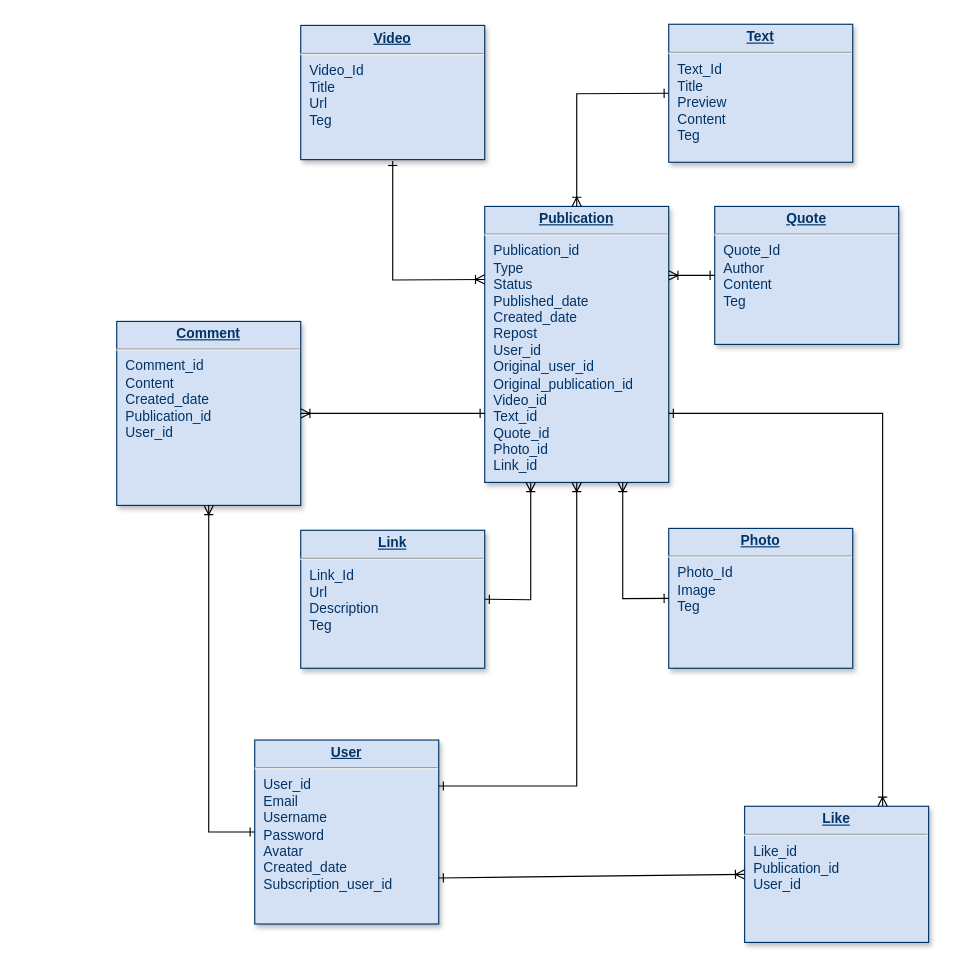
Above: Database.drawio in htmlacademy-nestjs/1770169-readme-2 (draw.io), before the change. Source tidied: cells renumbered, new cells numbered last; positions are measured from the earlier drawing's top-left corner, leaving out a move shared by most shapes. Both pictures are drawn from the tidied source at 115%, with x=0, y=0 at pixel (116, 24).
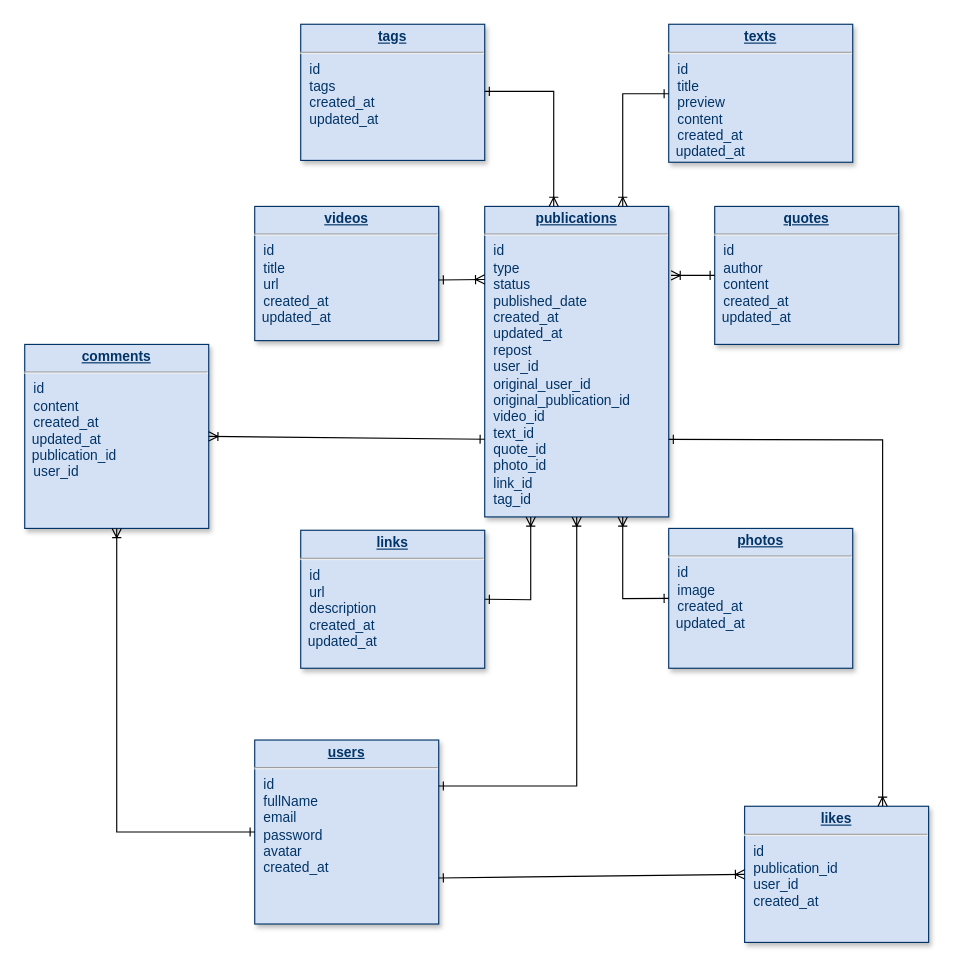
The same diagram, later.

Commit message (it also covers changes not shown here):
Added visual diagram

Change to the diagram source:
```diff
@@
-    <mxCell id="2" value="&lt;p style=&quot;margin: 0px; margin-top: 4px; text-align: center; text-decoration: underline;&quot;&gt;&lt;b&gt;Comment&lt;/b&gt;&lt;/p&gt;&lt;hr&gt;&lt;p style=&quot;margin: 0px; margin-left: 8px;&quot;&gt;Comment_id&lt;br&gt;&lt;/p&gt;&lt;p style=&quot;margin: 0px; margin-left: 8px;&quot;&gt;Content&lt;/p&gt;&lt;p style=&quot;margin: 0px; margin-left: 8px;&quot;&gt;Created_date&lt;/p&gt;&lt;p style=&quot;margin: 0px; margin-left: 8px;&quot;&gt;Publication_id&lt;br&gt;&lt;/p&gt;&lt;p style=&quot;margin: 0px; margin-left: 8px;&quot;&gt;User_id&lt;/p&gt;" style="verticalAlign=top;align=left;overflow=fill;fontSize=12;fontFamily=Helvetica;html=1;strokeColor=#003366;shadow=1;fillColor=#D4E1F5;fontColor=#003366;" parent="1" vertex="1">
-      <mxGeometry y="258" width="160" height="160" as="geometry" />
+    <mxCell id="2" value="&lt;p style=&quot;margin: 0px; margin-top: 4px; text-align: center; text-decoration: underline;&quot;&gt;&lt;b&gt;comments&lt;/b&gt;&lt;/p&gt;&lt;hr&gt;&lt;p style=&quot;margin: 0px; margin-left: 8px;&quot;&gt;id&lt;br&gt;&lt;/p&gt;&lt;p style=&quot;margin: 0px; margin-left: 8px;&quot;&gt;content&lt;/p&gt;&lt;p style=&quot;margin: 0px; margin-left: 8px;&quot;&gt;&lt;span style=&quot;background-color: initial;&quot;&gt;created_at&lt;/span&gt;&lt;/p&gt;&lt;div&gt;&lt;span style=&quot;background-color: initial;&quot;&gt;&amp;nbsp; updated_at&lt;/span&gt;&lt;/div&gt;&lt;div&gt;&lt;span style=&quot;background-color: initial;&quot;&gt;&amp;nbsp; publication_id&lt;br&gt;&lt;/span&gt;&lt;/div&gt;&lt;p style=&quot;margin: 0px; margin-left: 8px;&quot;&gt;user_id&lt;/p&gt;" style="verticalAlign=top;align=left;overflow=fill;fontSize=12;fontFamily=Helvetica;html=1;strokeColor=#003366;shadow=1;fillColor=#D4E1F5;fontColor=#003366;" parent="1" vertex="1">
+      <mxGeometry x="-80" y="278" width="160" height="160" as="geometry" />
     </mxCell>
-    <mxCell id="3" value="&lt;p style=&quot;margin: 0px; margin-top: 4px; text-align: center; text-decoration: underline;&quot;&gt;&lt;b&gt;Publication&lt;/b&gt;&lt;/p&gt;&lt;hr&gt;&lt;p style=&quot;margin: 0px; margin-left: 8px;&quot;&gt;Publication_id&lt;/p&gt;&lt;p style=&quot;margin: 0px; margin-left: 8px;&quot;&gt;Type&lt;/p&gt;&lt;p style=&quot;margin: 0px 0px 0px 8px;&quot;&gt;Status&lt;/p&gt;&lt;p style=&quot;margin: 0px; margin-left: 8px;&quot;&gt;Published_date&lt;br&gt;&lt;/p&gt;&lt;p style=&quot;margin: 0px; margin-left: 8px;&quot;&gt;&lt;span style=&quot;background-color: initial;&quot;&gt;Created_date&lt;/span&gt;&lt;br&gt;&lt;/p&gt;&lt;p style=&quot;margin: 0px; margin-left: 8px;&quot;&gt;Repost&lt;br&gt;&lt;/p&gt;&lt;p style=&quot;margin: 0px; margin-left: 8px;&quot;&gt;User_id&lt;/p&gt;&lt;p style=&quot;margin: 0px; margin-left: 8px;&quot;&gt;Original_user_id&lt;/p&gt;&lt;p style=&quot;margin: 0px; margin-left: 8px;&quot;&gt;Original_publication_id&lt;/p&gt;&lt;p style=&quot;margin: 0px; margin-left: 8px;&quot;&gt;Video_id&lt;/p&gt;&lt;p style=&quot;margin: 0px; margin-left: 8px;&quot;&gt;Text_id&lt;/p&gt;&lt;p style=&quot;margin: 0px; margin-left: 8px;&quot;&gt;Quote_id&lt;/p&gt;&lt;p style=&quot;margin: 0px; margin-left: 8px;&quot;&gt;Photo_id&lt;/p&gt;&lt;p style=&quot;margin: 0px; margin-left: 8px;&quot;&gt;Link_id&lt;/p&gt;" style="verticalAlign=top;align=left;overflow=fill;fontSize=12;fontFamily=Helvetica;html=1;strokeColor=#003366;shadow=1;fillColor=#D4E1F5;fontColor=#003366;" parent="1" vertex="1">
-      <mxGeometry x="320" y="158" width="160" height="240" as="geometry" />
+    <mxCell id="3" value="&lt;p style=&quot;margin: 0px; margin-top: 4px; text-align: center; text-decoration: underline;&quot;&gt;&lt;b&gt;publications&lt;/b&gt;&lt;/p&gt;&lt;hr&gt;&lt;p style=&quot;margin: 0px; margin-left: 8px;&quot;&gt;id&lt;/p&gt;&lt;p style=&quot;margin: 0px; margin-left: 8px;&quot;&gt;type&lt;/p&gt;&lt;p style=&quot;margin: 0px 0px 0px 8px;&quot;&gt;status&lt;/p&gt;&lt;p style=&quot;margin: 0px; margin-left: 8px;&quot;&gt;published_date&lt;br&gt;&lt;/p&gt;&lt;p style=&quot;margin: 0px; margin-left: 8px;&quot;&gt;&lt;span style=&quot;background-color: initial;&quot;&gt;created_at&lt;/span&gt;&lt;/p&gt;&lt;p style=&quot;margin: 0px; margin-left: 8px;&quot;&gt;&lt;span style=&quot;background-color: initial;&quot;&gt;updated_at&lt;br&gt;&lt;/span&gt;&lt;/p&gt;&lt;p style=&quot;margin: 0px; margin-left: 8px;&quot;&gt;repost&lt;br&gt;&lt;/p&gt;&lt;p style=&quot;margin: 0px; margin-left: 8px;&quot;&gt;user_id&lt;/p&gt;&lt;p style=&quot;margin: 0px; margin-left: 8px;&quot;&gt;original_user_id&lt;/p&gt;&lt;p style=&quot;margin: 0px; margin-left: 8px;&quot;&gt;original_publication_id&lt;/p&gt;&lt;p style=&quot;margin: 0px; margin-left: 8px;&quot;&gt;video_id&lt;/p&gt;&lt;p style=&quot;margin: 0px; margin-left: 8px;&quot;&gt;text_id&lt;/p&gt;&lt;p style=&quot;margin: 0px; margin-left: 8px;&quot;&gt;quote_id&lt;/p&gt;&lt;p style=&quot;margin: 0px; margin-left: 8px;&quot;&gt;photo_id&lt;/p&gt;&lt;p style=&quot;margin: 0px; margin-left: 8px;&quot;&gt;link_id&lt;/p&gt;&lt;p style=&quot;margin: 0px; margin-left: 8px;&quot;&gt;tag_id&lt;br&gt;&lt;/p&gt;" style="verticalAlign=top;align=left;overflow=fill;fontSize=12;fontFamily=Helvetica;html=1;strokeColor=#003366;shadow=1;fillColor=#D4E1F5;fontColor=#003366;" parent="1" vertex="1">
+      <mxGeometry x="320" y="158" width="160" height="270" as="geometry" />
     </mxCell>
-    <mxCell id="4" value="&lt;p style=&quot;margin: 0px; margin-top: 4px; text-align: center; text-decoration: underline;&quot;&gt;&lt;strong&gt;User&lt;/strong&gt;&lt;/p&gt;&lt;hr&gt;&lt;p style=&quot;margin: 0px; margin-left: 8px;&quot;&gt;User_id&lt;/p&gt;&lt;p style=&quot;margin: 0px; margin-left: 8px;&quot;&gt;Email&lt;/p&gt;&lt;p style=&quot;margin: 0px; margin-left: 8px;&quot;&gt;Username&lt;/p&gt;&lt;p style=&quot;margin: 0px; margin-left: 8px;&quot;&gt;Password&lt;/p&gt;&lt;p style=&quot;margin: 0px; margin-left: 8px;&quot;&gt;Avatar&lt;/p&gt;&lt;p style=&quot;margin: 0px; margin-left: 8px;&quot;&gt;Created_date&lt;/p&gt;&lt;p style=&quot;margin: 0px; margin-left: 8px;&quot;&gt;&lt;span style=&quot;white-space: pre-wrap;&quot; class=&quot;EzKURWReUAB5oZgtQNkl&quot;&gt;Subscription_user_id&lt;/span&gt;&lt;br&gt;&lt;/p&gt;" style="verticalAlign=top;align=left;overflow=fill;fontSize=12;fontFamily=Helvetica;html=1;strokeColor=#003366;shadow=1;fillColor=#D4E1F5;fontColor=#003366;" parent="1" vertex="1">
+    <mxCell id="4" value="&lt;p style=&quot;margin: 0px; margin-top: 4px; text-align: center; text-decoration: underline;&quot;&gt;&lt;strong&gt;users&lt;/strong&gt;&lt;/p&gt;&lt;hr&gt;&lt;p style=&quot;margin: 0px; margin-left: 8px;&quot;&gt;id&lt;/p&gt;&lt;p style=&quot;margin: 0px; margin-left: 8px;&quot;&gt;fullName&lt;/p&gt;&lt;p style=&quot;margin: 0px; margin-left: 8px;&quot;&gt;email&lt;/p&gt;&lt;p style=&quot;margin: 0px; margin-left: 8px;&quot;&gt;password&lt;/p&gt;&lt;p style=&quot;margin: 0px; margin-left: 8px;&quot;&gt;avatar&lt;/p&gt;&lt;p style=&quot;margin: 0px; margin-left: 8px;&quot;&gt;created_at&lt;/p&gt;" style="verticalAlign=top;align=left;overflow=fill;fontSize=12;fontFamily=Helvetica;html=1;strokeColor=#003366;shadow=1;fillColor=#D4E1F5;fontColor=#003366;" parent="1" vertex="1">
       <mxGeometry x="120" y="622" width="160" height="160" as="geometry" />
     </mxCell>
-    <mxCell id="5" value="&lt;p style=&quot;margin: 0px; margin-top: 4px; text-align: center; text-decoration: underline;&quot;&gt;&lt;strong&gt;Video&lt;/strong&gt;&lt;/p&gt;&lt;hr&gt;&lt;p style=&quot;margin: 0px; margin-left: 8px;&quot;&gt;Video_Id&lt;/p&gt;&lt;p style=&quot;margin: 0px; margin-left: 8px;&quot;&gt;Title&lt;/p&gt;&lt;p style=&quot;margin: 0px; margin-left: 8px;&quot;&gt;Url&lt;/p&gt;&lt;p style=&quot;margin: 0px; margin-left: 8px;&quot;&gt;Teg&lt;/p&gt;" style="verticalAlign=top;align=left;overflow=fill;fontSize=12;fontFamily=Helvetica;html=1;strokeColor=#003366;shadow=1;fillColor=#D4E1F5;fontColor=#003366;" parent="1" vertex="1">
-      <mxGeometry x="160" y="0.6" width="160" height="116.7" as="geometry" />
+    <mxCell id="5" value="&lt;p style=&quot;margin: 0px; margin-top: 4px; text-align: center; text-decoration: underline;&quot;&gt;&lt;strong&gt;videos&lt;/strong&gt;&lt;/p&gt;&lt;hr&gt;&lt;p style=&quot;margin: 0px; margin-left: 8px;&quot;&gt;id&lt;/p&gt;&lt;p style=&quot;margin: 0px; margin-left: 8px;&quot;&gt;title&lt;/p&gt;&lt;p style=&quot;margin: 0px; margin-left: 8px;&quot;&gt;url&lt;/p&gt;&lt;p style=&quot;margin: 0px; margin-left: 8px;&quot;&gt;&lt;span style=&quot;background-color: initial;&quot;&gt;created_at&lt;/span&gt;&lt;/p&gt;&lt;span style=&quot;background-color: initial;&quot;&gt;&amp;nbsp; updated_at&lt;/span&gt;&lt;p style=&quot;margin: 0px; margin-left: 8px;&quot;&gt;&lt;/p&gt;" style="verticalAlign=top;align=left;overflow=fill;fontSize=12;fontFamily=Helvetica;html=1;strokeColor=#003366;shadow=1;fillColor=#D4E1F5;fontColor=#003366;" parent="1" vertex="1">
+      <mxGeometry x="120" y="158" width="160" height="116.7" as="geometry" />
     </mxCell>
-    <mxCell id="6" value="&lt;p style=&quot;margin: 0px; margin-top: 4px; text-align: center; text-decoration: underline;&quot;&gt;&lt;strong&gt;Text&lt;/strong&gt;&lt;/p&gt;&lt;hr&gt;&lt;p style=&quot;margin: 0px; margin-left: 8px;&quot;&gt;Text_Id&lt;/p&gt;&lt;p style=&quot;margin: 0px; margin-left: 8px;&quot;&gt;Title&lt;/p&gt;&lt;p style=&quot;margin: 0px; margin-left: 8px;&quot;&gt;Preview&lt;/p&gt;&lt;p style=&quot;margin: 0px; margin-left: 8px;&quot;&gt;&lt;span style=&quot;white-space: pre-wrap; background-color: initial;&quot;&gt;Content&lt;/span&gt;&lt;/p&gt;&lt;p style=&quot;margin: 0px; margin-left: 8px;&quot;&gt;&lt;span style=&quot;background-color: initial;&quot;&gt;Teg&lt;/span&gt;&lt;br&gt;&lt;/p&gt;" style="verticalAlign=top;align=left;overflow=fill;fontSize=12;fontFamily=Helvetica;html=1;strokeColor=#003366;shadow=1;fillColor=#D4E1F5;fontColor=#003366;" parent="1" vertex="1">
+    <mxCell id="6" value="&lt;p style=&quot;margin: 0px; margin-top: 4px; text-align: center; text-decoration: underline;&quot;&gt;&lt;strong&gt;texts&lt;/strong&gt;&lt;/p&gt;&lt;hr&gt;&lt;p style=&quot;margin: 0px; margin-left: 8px;&quot;&gt;id&lt;/p&gt;&lt;p style=&quot;margin: 0px; margin-left: 8px;&quot;&gt;title&lt;/p&gt;&lt;p style=&quot;margin: 0px; margin-left: 8px;&quot;&gt;preview&lt;/p&gt;&lt;p style=&quot;margin: 0px; margin-left: 8px;&quot;&gt;&lt;span style=&quot;white-space: pre-wrap; background-color: initial;&quot;&gt;content&lt;/span&gt;&lt;/p&gt;&lt;p style=&quot;margin: 0px; margin-left: 8px;&quot;&gt;&lt;span style=&quot;background-color: initial;&quot;&gt;created_at&lt;/span&gt;&lt;/p&gt;&lt;span style=&quot;background-color: initial;&quot;&gt;&amp;nbsp; updated_at&lt;/span&gt;&lt;p style=&quot;margin: 0px; margin-left: 8px;&quot;&gt;&lt;/p&gt;" style="verticalAlign=top;align=left;overflow=fill;fontSize=12;fontFamily=Helvetica;html=1;strokeColor=#003366;shadow=1;fillColor=#D4E1F5;fontColor=#003366;" parent="1" vertex="1">
       <mxGeometry x="480" y="-0.4" width="160" height="120" as="geometry" />
     </mxCell>
-    <mxCell id="7" value="&lt;p style=&quot;margin: 0px; margin-top: 4px; text-align: center; text-decoration: underline;&quot;&gt;&lt;b&gt;Quote&lt;/b&gt;&lt;/p&gt;&lt;hr&gt;&lt;p style=&quot;margin: 0px; margin-left: 8px;&quot;&gt;Quote_Id&lt;/p&gt;&lt;p style=&quot;margin: 0px; margin-left: 8px;&quot;&gt;&lt;span style=&quot;white-space: pre-wrap;&quot; class=&quot;EzKURWReUAB5oZgtQNkl&quot;&gt;Author&lt;/span&gt;&lt;br&gt;&lt;/p&gt;&lt;p style=&quot;margin: 0px; margin-left: 8px;&quot;&gt;&lt;span style=&quot;white-space: pre-wrap;&quot;&gt;Content&lt;/span&gt;&lt;br&gt;&lt;/p&gt;&lt;p style=&quot;margin: 0px; margin-left: 8px;&quot;&gt;&lt;span style=&quot;background-color: initial;&quot;&gt;Teg&lt;/span&gt;&lt;/p&gt;" style="verticalAlign=top;align=left;overflow=fill;fontSize=12;fontFamily=Helvetica;html=1;strokeColor=#003366;shadow=1;fillColor=#D4E1F5;fontColor=#003366;" parent="1" vertex="1">
+    <mxCell id="7" value="&lt;p style=&quot;margin: 0px; margin-top: 4px; text-align: center; text-decoration: underline;&quot;&gt;&lt;b&gt;quotes&lt;/b&gt;&lt;/p&gt;&lt;hr&gt;&lt;p style=&quot;margin: 0px; margin-left: 8px;&quot;&gt;id&lt;/p&gt;&lt;p style=&quot;margin: 0px; margin-left: 8px;&quot;&gt;&lt;span style=&quot;white-space: pre-wrap;&quot; class=&quot;EzKURWReUAB5oZgtQNkl&quot;&gt;author&lt;/span&gt;&lt;br&gt;&lt;/p&gt;&lt;p style=&quot;margin: 0px; margin-left: 8px;&quot;&gt;&lt;span style=&quot;white-space: pre-wrap;&quot;&gt;content&lt;/span&gt;&lt;br&gt;&lt;/p&gt;&lt;p style=&quot;margin: 0px; margin-left: 8px;&quot;&gt;&lt;span style=&quot;background-color: initial;&quot;&gt;created_at&lt;/span&gt;&lt;/p&gt;&lt;span style=&quot;background-color: initial;&quot;&gt;&amp;nbsp; updated_at&lt;/span&gt;&lt;p style=&quot;margin: 0px; margin-left: 8px;&quot;&gt;&lt;/p&gt;" style="verticalAlign=top;align=left;overflow=fill;fontSize=12;fontFamily=Helvetica;html=1;strokeColor=#003366;shadow=1;fillColor=#D4E1F5;fontColor=#003366;" parent="1" vertex="1">
       <mxGeometry x="520" y="158" width="160" height="120" as="geometry" />
     </mxCell>
-    <mxCell id="8" value="&lt;p style=&quot;margin: 0px; margin-top: 4px; text-align: center; text-decoration: underline;&quot;&gt;&lt;b&gt;Photo&lt;/b&gt;&lt;/p&gt;&lt;hr&gt;&lt;p style=&quot;margin: 0px; margin-left: 8px;&quot;&gt;Photo_Id&lt;/p&gt;&lt;p style=&quot;margin: 0px; margin-left: 8px;&quot;&gt;&lt;span style=&quot;white-space: pre-wrap;&quot; class=&quot;EzKURWReUAB5oZgtQNkl&quot;&gt;Image&lt;/span&gt;&lt;/p&gt;&lt;p style=&quot;margin: 0px; margin-left: 8px;&quot;&gt;Teg&lt;/p&gt;" style="verticalAlign=top;align=left;overflow=fill;fontSize=12;fontFamily=Helvetica;html=1;strokeColor=#003366;shadow=1;fillColor=#D4E1F5;fontColor=#003366;" parent="1" vertex="1">
+    <mxCell id="8" value="&lt;p style=&quot;margin: 0px; margin-top: 4px; text-align: center; text-decoration: underline;&quot;&gt;&lt;b&gt;photos&lt;/b&gt;&lt;/p&gt;&lt;hr&gt;&lt;p style=&quot;margin: 0px; margin-left: 8px;&quot;&gt;id&lt;/p&gt;&lt;p style=&quot;margin: 0px; margin-left: 8px;&quot;&gt;&lt;span style=&quot;white-space: pre-wrap;&quot; class=&quot;EzKURWReUAB5oZgtQNkl&quot;&gt;image&lt;/span&gt;&lt;/p&gt;&lt;p style=&quot;margin: 0px; margin-left: 8px;&quot;&gt;&lt;span style=&quot;background-color: initial;&quot;&gt;created_at&lt;/span&gt;&lt;/p&gt;&lt;span style=&quot;background-color: initial;&quot;&gt;&amp;nbsp; updated_at&lt;/span&gt;&lt;p style=&quot;margin: 0px; margin-left: 8px;&quot;&gt;&lt;/p&gt;" style="verticalAlign=top;align=left;overflow=fill;fontSize=12;fontFamily=Helvetica;html=1;strokeColor=#003366;shadow=1;fillColor=#D4E1F5;fontColor=#003366;" parent="1" vertex="1">
       <mxGeometry x="480" y="438" width="160" height="121.6" as="geometry" />
     </mxCell>
-    <mxCell id="9" value="&lt;p style=&quot;margin: 0px; margin-top: 4px; text-align: center; text-decoration: underline;&quot;&gt;&lt;b&gt;Link&lt;/b&gt;&lt;/p&gt;&lt;hr&gt;&lt;p style=&quot;margin: 0px; margin-left: 8px;&quot;&gt;Link_Id&lt;/p&gt;&lt;p style=&quot;margin: 0px; margin-left: 8px;&quot;&gt;&lt;span style=&quot;white-space: pre-wrap;&quot; class=&quot;EzKURWReUAB5oZgtQNkl&quot;&gt;Url&lt;/span&gt;&lt;/p&gt;&lt;p style=&quot;margin: 0px; margin-left: 8px;&quot;&gt;&lt;span style=&quot;white-space: pre-wrap;&quot; class=&quot;EzKURWReUAB5oZgtQNkl&quot;&gt;Description&lt;/span&gt;&lt;/p&gt;&lt;p style=&quot;margin: 0px; margin-left: 8px;&quot;&gt;Teg&lt;/p&gt;" style="verticalAlign=top;align=left;overflow=fill;fontSize=12;fontFamily=Helvetica;html=1;strokeColor=#003366;shadow=1;fillColor=#D4E1F5;fontColor=#003366;" parent="1" vertex="1">
+    <mxCell id="9" value="&lt;p style=&quot;margin: 0px; margin-top: 4px; text-align: center; text-decoration: underline;&quot;&gt;&lt;b&gt;links&lt;/b&gt;&lt;/p&gt;&lt;hr&gt;&lt;p style=&quot;margin: 0px; margin-left: 8px;&quot;&gt;id&lt;/p&gt;&lt;p style=&quot;margin: 0px; margin-left: 8px;&quot;&gt;&lt;span style=&quot;white-space: pre-wrap;&quot; class=&quot;EzKURWReUAB5oZgtQNkl&quot;&gt;url&lt;/span&gt;&lt;/p&gt;&lt;p style=&quot;margin: 0px; margin-left: 8px;&quot;&gt;&lt;span style=&quot;white-space: pre-wrap;&quot; class=&quot;EzKURWReUAB5oZgtQNkl&quot;&gt;description&lt;/span&gt;&lt;/p&gt;&lt;p style=&quot;margin: 0px; margin-left: 8px;&quot;&gt;&lt;span style=&quot;background-color: initial;&quot;&gt;created_at&lt;/span&gt;&lt;/p&gt;&lt;span style=&quot;background-color: initial;&quot;&gt;&amp;nbsp; updated_at&lt;/span&gt;&lt;p style=&quot;margin: 0px; margin-left: 8px;&quot;&gt;&lt;/p&gt;" style="verticalAlign=top;align=left;overflow=fill;fontSize=12;fontFamily=Helvetica;html=1;strokeColor=#003366;shadow=1;fillColor=#D4E1F5;fontColor=#003366;" parent="1" vertex="1">
       <mxGeometry x="160" y="439.6" width="160" height="120" as="geometry" />
     </mxCell>
-    <mxCell id="10" style="endArrow=ERone;html=1;rounded=0;startArrow=ERoneToMany;startFill=0;endFill=0;exitX=0.5;exitY=0;exitDx=0;exitDy=0;entryX=0;entryY=0.5;entryDx=0;entryDy=0;" parent="1" edge="1" source="3" target="6">
+    <mxCell id="10" style="endArrow=ERone;html=1;rounded=0;startArrow=ERoneToMany;startFill=0;endFill=0;exitX=0.5;exitY=0;exitDx=0;exitDy=0;" parent="1" edge="1">
       <mxGeometry relative="1" as="geometry">
+        <mxPoint x="440" y="158" as="sourcePoint" />
+        <mxPoint x="480" y="60" as="targetPoint" />
         <Array as="points">
-          <mxPoint x="400" y="60" />
+          <mxPoint x="440" y="60" />
         </Array>
       </mxGeometry>
     </mxCell>
-    <mxCell id="11" style="endArrow=ERone;html=1;rounded=0;startArrow=ERoneToMany;startFill=0;endFill=0;entryX=0;entryY=0.75;entryDx=0;entryDy=0;exitX=1;exitY=0.5;exitDx=0;exitDy=0;" parent="1" edge="1" source="2" target="3">
+    <mxCell id="11" style="endArrow=ERone;html=1;rounded=0;startArrow=ERoneToMany;startFill=0;endFill=0;exitX=1;exitY=0.5;exitDx=0;exitDy=0;entryX=0;entryY=0.75;entryDx=0;entryDy=0;" parent="1" edge="1" source="2" target="3">
       <mxGeometry relative="1" as="geometry" />
     </mxCell>
-    <mxCell id="12" style="endArrow=ERone;html=1;rounded=0;startArrow=ERoneToMany;startFill=0;endFill=0;entryX=0.5;entryY=1;entryDx=0;entryDy=0;exitX=0;exitY=0.25;exitDx=0;exitDy=0;" parent="1" edge="1">
+    <mxCell id="12" style="endArrow=ERone;html=1;rounded=0;startArrow=ERoneToMany;startFill=0;endFill=0;exitX=0;exitY=0.25;exitDx=0;exitDy=0;" parent="1" edge="1">
       <mxGeometry relative="1" as="geometry">
         <mxPoint x="320" y="221.5" as="sourcePoint" />
-        <mxPoint x="240" y="118.4" as="targetPoint" />
-        <Array as="points">
-          <mxPoint x="240" y="222" />
-        </Array>
+        <mxPoint x="280" y="222" as="targetPoint" />
       </mxGeometry>
     </mxCell>
@@
-    <mxCell id="15" style="endArrow=ERone;html=1;rounded=0;startArrow=ERoneToMany;startFill=0;endFill=0;entryX=0;entryY=0.5;entryDx=0;entryDy=0;exitX=1;exitY=0.25;exitDx=0;exitDy=0;" parent="1" edge="1" source="3" target="7">
-      <mxGeometry relative="1" as="geometry" />
+    <mxCell id="15" style="endArrow=ERone;html=1;rounded=0;startArrow=ERoneToMany;startFill=0;endFill=0;entryX=0;entryY=0.5;entryDx=0;entryDy=0;" parent="1" edge="1" target="7">
+      <mxGeometry relative="1" as="geometry">
+        <mxPoint x="482" y="218" as="sourcePoint" />
+      </mxGeometry>
     </mxCell>
@@
-    <mxCell id="17" value="&lt;p style=&quot;margin: 0px; margin-top: 4px; text-align: center; text-decoration: underline;&quot;&gt;&lt;b&gt;Like&lt;/b&gt;&lt;/p&gt;&lt;hr&gt;&lt;p style=&quot;margin: 0px; margin-left: 8px;&quot;&gt;Like_id&lt;br&gt;Publication_id&lt;/p&gt;&lt;p style=&quot;margin: 0px; margin-left: 8px;&quot;&gt;User_id&lt;/p&gt;" style="verticalAlign=top;align=left;overflow=fill;fontSize=12;fontFamily=Helvetica;html=1;strokeColor=#003366;shadow=1;fillColor=#D4E1F5;fontColor=#003366;" parent="1" vertex="1">
+    <mxCell id="17" value="&lt;p style=&quot;margin: 0px; margin-top: 4px; text-align: center; text-decoration: underline;&quot;&gt;&lt;b&gt;likes&lt;/b&gt;&lt;/p&gt;&lt;hr&gt;&lt;p style=&quot;margin: 0px; margin-left: 8px;&quot;&gt;id&lt;br&gt;publication_id&lt;/p&gt;&lt;p style=&quot;margin: 0px; margin-left: 8px;&quot;&gt;user_id&lt;/p&gt;&lt;p style=&quot;margin: 0px; margin-left: 8px;&quot;&gt;&lt;span style=&quot;background-color: initial;&quot;&gt;created_at&lt;/span&gt;&lt;/p&gt;&lt;span style=&quot;background-color: initial;&quot;&gt;&lt;/span&gt;&lt;p style=&quot;margin: 0px; margin-left: 8px;&quot;&gt;&lt;/p&gt;" style="verticalAlign=top;align=left;overflow=fill;fontSize=12;fontFamily=Helvetica;html=1;strokeColor=#003366;shadow=1;fillColor=#D4E1F5;fontColor=#003366;" parent="1" vertex="1">
       <mxGeometry x="546" y="679.6" width="160" height="118.4" as="geometry" />
     </mxCell>
     <mxCell id="18" style="endArrow=ERone;html=1;rounded=0;startArrow=ERoneToMany;startFill=0;endFill=0;entryX=0;entryY=0.5;entryDx=0;entryDy=0;exitX=0.5;exitY=1;exitDx=0;exitDy=0;" parent="1" edge="1" source="2" target="4">
       <mxGeometry relative="1" as="geometry">
         <Array as="points">
-          <mxPoint x="80" y="702" />
+          <mxPoint y="702" />
         </Array>
       </mxGeometry>
     </mxCell>
     <mxCell id="19" style="endArrow=ERone;html=1;rounded=0;startArrow=ERoneToMany;startFill=0;endFill=0;entryX=1;entryY=0.75;entryDx=0;entryDy=0;exitX=0.75;exitY=0;exitDx=0;exitDy=0;" parent="1" edge="1" source="17" target="3">
       <mxGeometry relative="1" as="geometry">
         <Array as="points">
-          <mxPoint x="666" y="338" />
+          <mxPoint x="666" y="361" />
         </Array>
       </mxGeometry>
     </mxCell>
-    <mxCell id="20" style="endArrow=ERone;html=1;rounded=0;startArrow=ERoneToMany;startFill=0;endFill=0;entryX=1;entryY=0.75;entryDx=0;entryDy=0;exitX=0;exitY=0.5;exitDx=0;exitDy=0;" parent="1" edge="1" source="17" target="4">
+    <mxCell id="20" style="endArrow=ERone;html=1;rounded=0;startArrow=ERoneToMany;startFill=0;endFill=0;exitX=0;exitY=0.5;exitDx=0;exitDy=0;entryX=1;entryY=0.75;entryDx=0;entryDy=0;" parent="1" edge="1" source="17" target="4">
       <mxGeometry relative="1" as="geometry" />
     </mxCell>
+    <mxCell id="21" value="&lt;p style=&quot;margin: 0px; margin-top: 4px; text-align: center; text-decoration: underline;&quot;&gt;&lt;b&gt;tags&lt;/b&gt;&lt;/p&gt;&lt;hr&gt;&lt;p style=&quot;margin: 0px; margin-left: 8px;&quot;&gt;id&lt;/p&gt;&lt;p style=&quot;margin: 0px; margin-left: 8px;&quot;&gt;tags&lt;br&gt;&lt;/p&gt;&lt;p style=&quot;margin: 0px; margin-left: 8px;&quot;&gt;&lt;span style=&quot;background-color: initial;&quot;&gt;created_at&lt;/span&gt;&lt;/p&gt;&lt;p style=&quot;margin: 0px; margin-left: 8px;&quot;&gt;&lt;span style=&quot;background-color: initial;&quot;&gt;updated_at&lt;br&gt;&lt;/span&gt;&lt;/p&gt;&lt;span style=&quot;background-color: initial;&quot;&gt;&lt;/span&gt;&lt;p style=&quot;margin: 0px; margin-left: 8px;&quot;&gt;&lt;/p&gt;" style="verticalAlign=top;align=left;overflow=fill;fontSize=12;fontFamily=Helvetica;html=1;strokeColor=#003366;shadow=1;fillColor=#D4E1F5;fontColor=#003366;" parent="1" vertex="1">
+      <mxGeometry x="160" y="-0.4" width="160" height="118.4" as="geometry" />
+    </mxCell>
+    <mxCell id="22" style="endArrow=ERone;html=1;rounded=0;startArrow=ERoneToMany;startFill=0;endFill=0;exitX=0.5;exitY=0;exitDx=0;exitDy=0;" parent="1" edge="1">
+      <mxGeometry relative="1" as="geometry">
+        <mxPoint x="380" y="158" as="sourcePoint" />
+        <mxPoint x="320" y="58" as="targetPoint" />
+        <Array as="points">
+          <mxPoint x="380" y="58" />
+        </Array>
+      </mxGeometry>
+    </mxCell>
```
